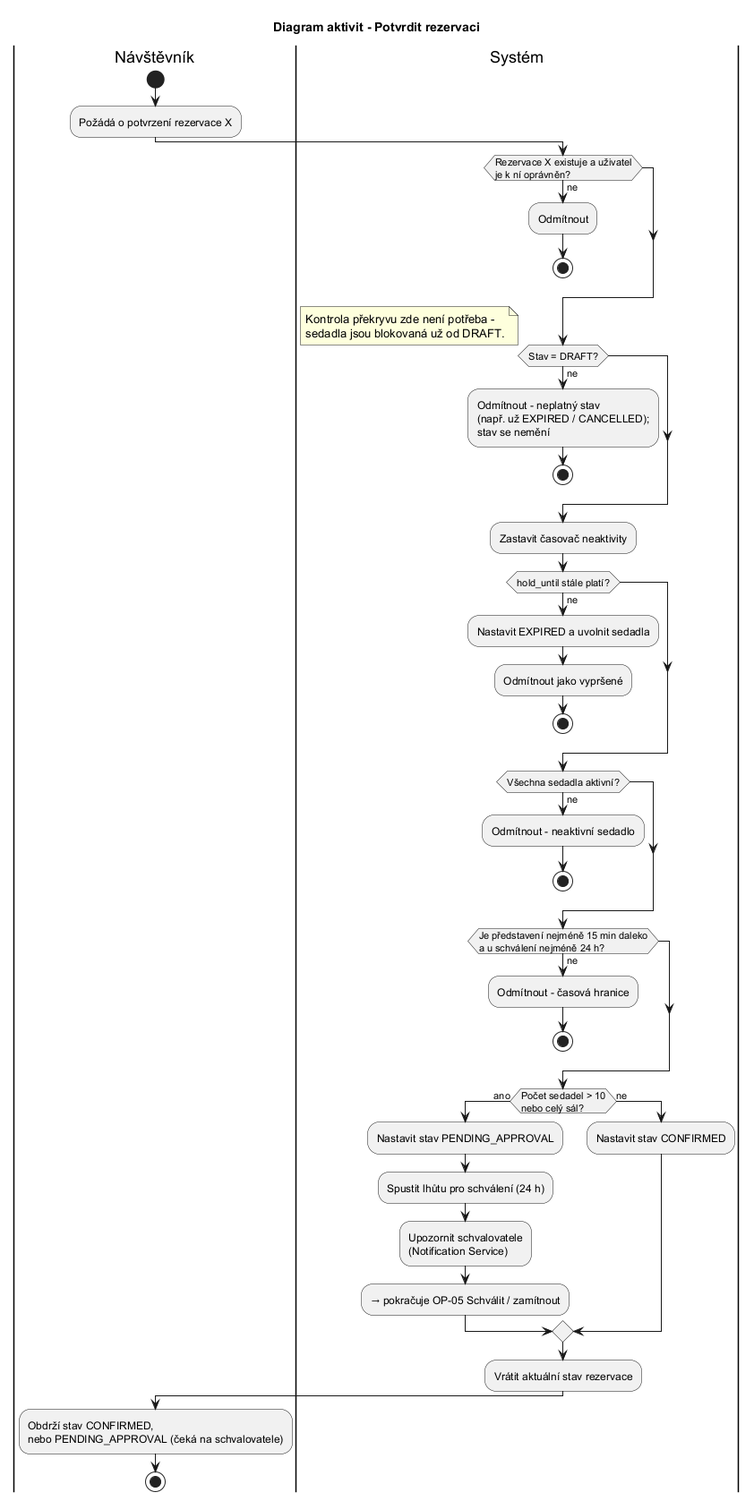
Above: docs/diagrams/c02/activity-op03-confirm.png in jn-flk/SWI (PlantUML), before the change.
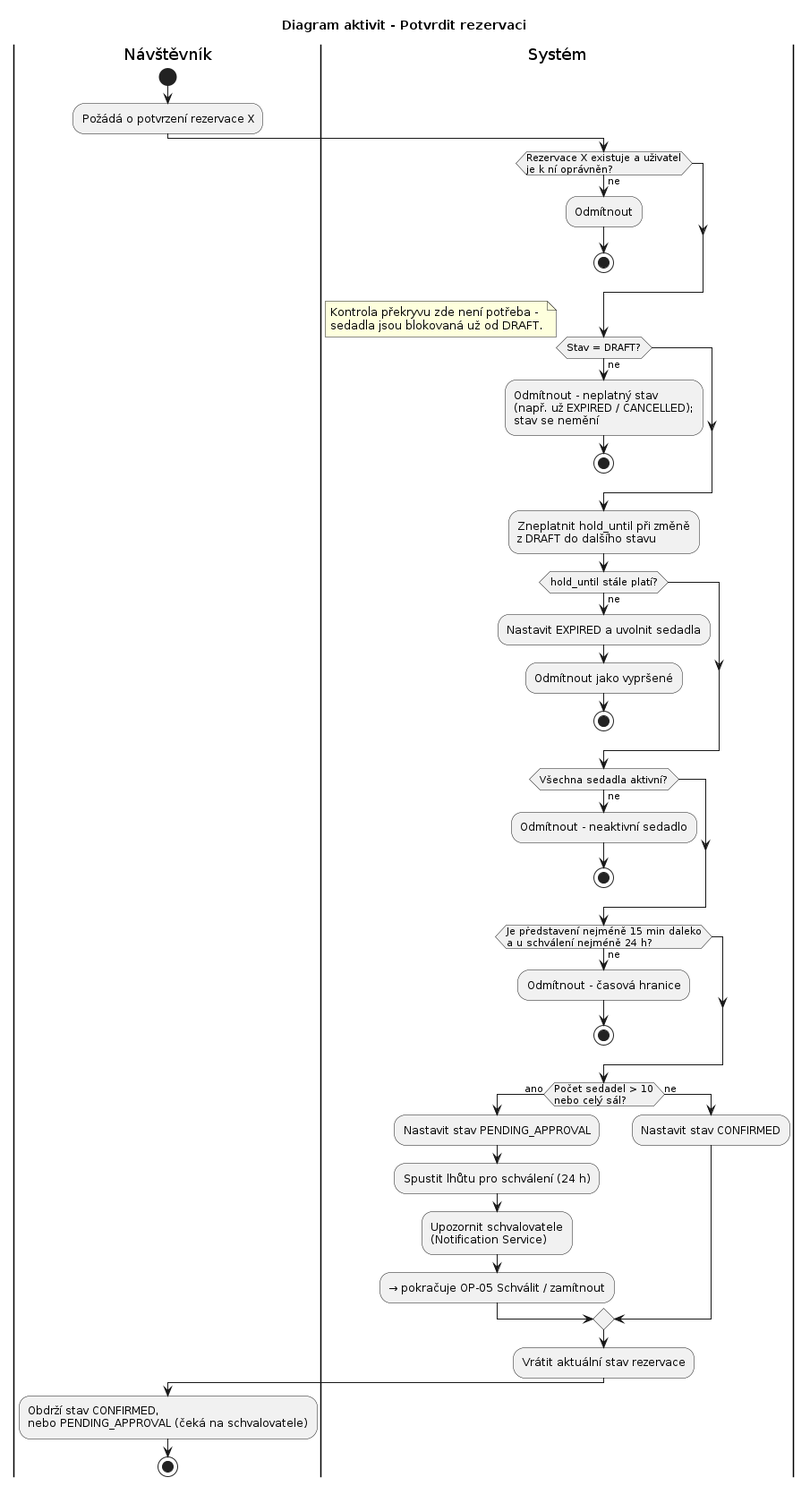
The same file after the commit.

Change to the diagram source:
```diff
@@ -17,7 +17,7 @@
   Kontrola překryvu zde není potřeba -
   sedadla jsou blokovaná už od DRAFT.
 end note
-:Zastavit časovač neaktivity;
+:Zneplatnit hold_until při změně\nz DRAFT do dalšího stavu;
 if (hold_until stále platí?) then (ne)
   :Nastavit EXPIRED a uvolnit sedadla;
   :Odmítnout jako vypršené;
```
